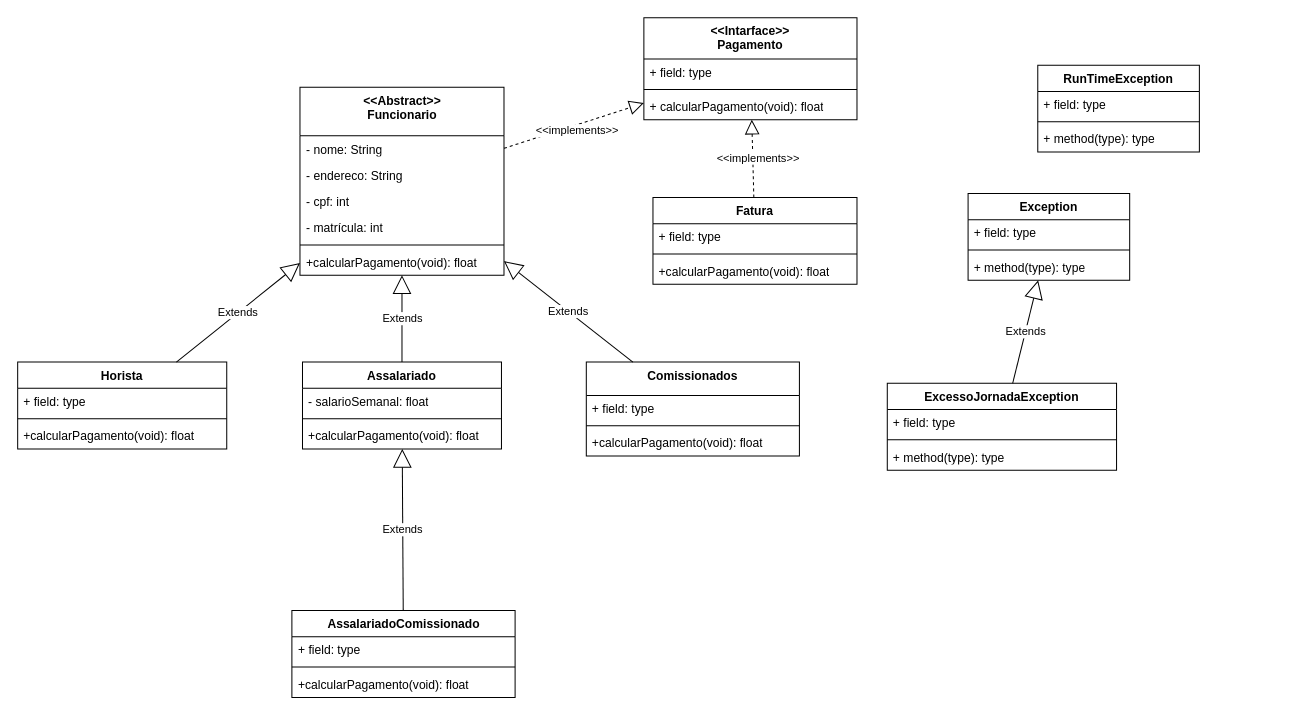
Before: 01 - Diagramas/Diagrama_classes_01.drawio in Rodx486/Trabalho_Refatoracao_Revisao, a draw.io diagram. Source tidied: cells renumbered, new cells numbered last; positions are measured from the earlier drawing's top-left corner, leaving out a move shared by most shapes. Both pictures are drawn from the tidied source at 101%, with x=0, y=0 at pixel (17, 17).
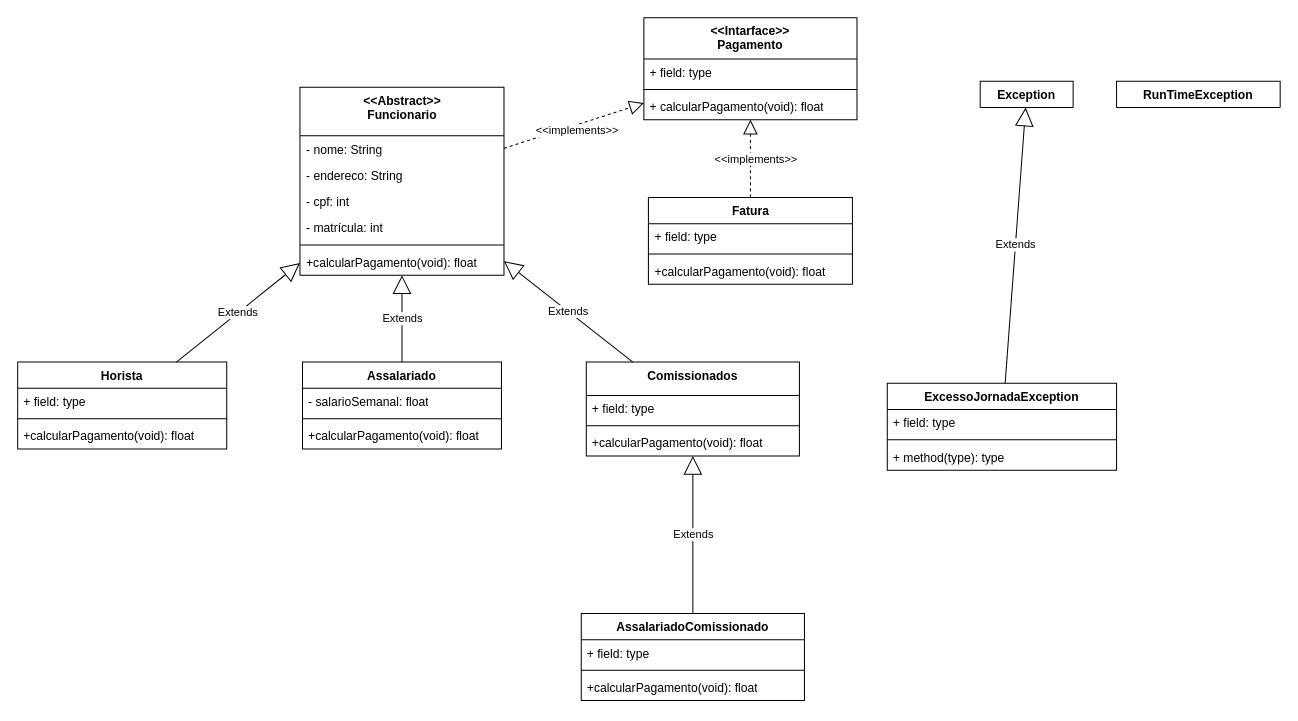
Above is the later version.

Commit message (it also covers changes not shown here):
/elaboracao_diagramas_e_criacao_classes

The change refers to these unchanged cells:
```xml
<mxCell id="14" value="Assalariado" style="swimlane;fontStyle=1;align=center;verticalAlign=top;horizontal=1;startSize=26;whiteSpace=wrap;html=1;" parent="1" vertex="1">
  <mxGeometry x="282" y="341" width="197" height="86" as="geometry" />
</mxCell>
<mxCell id="19" value="Comissionados" style="swimlane;fontStyle=1;align=center;verticalAlign=top;horizontal=1;startSize=33;whiteSpace=wrap;html=1;" parent="1" vertex="1">
  <mxGeometry x="563" y="341" width="211" height="93" as="geometry" />
</mxCell>
```

Diff of the diagram source:
```diff
@@
     <mxCell id="24" value="AssalariadoComissionado" style="swimlane;fontStyle=1;align=center;verticalAlign=top;horizontal=1;startSize=26;whiteSpace=wrap;html=1;" parent="1" vertex="1">
-      <mxGeometry x="271.5" y="587" width="221" height="86" as="geometry" />
+      <mxGeometry x="558" y="590" width="221" height="86" as="geometry" />
     </mxCell>
@@
-    <mxCell id="28" value="Extends" style="endArrow=block;endSize=16;endFill=0;html=1;" parent="1" edge="1" source="24" target="14">
+    <mxCell id="28" value="Extends" style="endArrow=block;endSize=16;endFill=0;html=1;" parent="1" edge="1" source="24" target="19">
       <mxGeometry relative="1" as="geometry" />
     </mxCell>
@@
     <mxCell id="35" value="Fatura" style="swimlane;fontStyle=1;align=center;verticalAlign=top;horizontal=1;startSize=26;whiteSpace=wrap;html=1;" parent="1" vertex="1">
-      <mxGeometry x="629" y="178" width="202" height="86" as="geometry" />
+      <mxGeometry x="624.5" y="178" width="202" height="86" as="geometry" />
     </mxCell>
@@
-    <mxCell id="41" value="Exception" style="swimlane;fontStyle=1;align=center;verticalAlign=top;horizontal=1;startSize=26;whiteSpace=wrap;html=1;" parent="1" vertex="1">
-      <mxGeometry x="941" y="174" width="160" height="86" as="geometry" />
+    <mxCell id="41" value="Exception" style="swimlane;fontStyle=1;align=center;verticalAlign=top;horizontal=1;startSize=26;whiteSpace=wrap;html=1;" parent="1" vertex="1" collapsed="1">
+      <mxGeometry x="953" y="63" width="92" height="26" as="geometry" />
     </mxCell>
-    <mxCell id="42" value="+ field: type" style="text;strokeColor=none;fillColor=none;align=left;verticalAlign=top;spacingLeft=4;spacingRight=4;overflow=hidden;whiteSpace=wrap;html=1;" parent="41" vertex="1">
-      <mxGeometry y="26" width="160" height="26" as="geometry" />
-    </mxCell>
-    <mxCell id="43" style="line;strokeWidth=1;fillColor=none;align=left;verticalAlign=middle;spacingTop=-1;spacingLeft=3;spacingRight=3;labelPosition=right;strokeColor=inherit;labelPerimeter=1;" parent="41" vertex="1">
-      <mxGeometry y="52" width="160" height="8" as="geometry" />
-    </mxCell>
-    <mxCell id="44" value="+ method(type): type" style="text;strokeColor=none;fillColor=none;align=left;verticalAlign=top;spacingLeft=4;spacingRight=4;overflow=hidden;whiteSpace=wrap;html=1;" parent="41" vertex="1">
-      <mxGeometry y="60" width="160" height="26" as="geometry" />
-    </mxCell>
-    <mxCell id="45" value="RunTimeException&lt;div&gt;&lt;br&gt;&lt;/div&gt;" style="swimlane;fontStyle=1;align=center;verticalAlign=top;horizontal=1;startSize=26;whiteSpace=wrap;html=1;" parent="1" vertex="1">
-      <mxGeometry x="1010" y="47" width="160" height="86" as="geometry" />
-    </mxCell>
-    <mxCell id="46" value="+ field: type" style="text;strokeColor=none;fillColor=none;align=left;verticalAlign=top;spacingLeft=4;spacingRight=4;overflow=hidden;whiteSpace=wrap;html=1;" parent="45" vertex="1">
-      <mxGeometry y="26" width="160" height="26" as="geometry" />
-    </mxCell>
-    <mxCell id="47" style="line;strokeWidth=1;fillColor=none;align=left;verticalAlign=middle;spacingTop=-1;spacingLeft=3;spacingRight=3;labelPosition=right;strokeColor=inherit;labelPerimeter=1;" parent="45" vertex="1">
-      <mxGeometry y="52" width="160" height="8" as="geometry" />
-    </mxCell>
-    <mxCell id="48" value="+ method(type): type" style="text;strokeColor=none;fillColor=none;align=left;verticalAlign=top;spacingLeft=4;spacingRight=4;overflow=hidden;whiteSpace=wrap;html=1;" parent="45" vertex="1">
-      <mxGeometry y="60" width="160" height="26" as="geometry" />
-    </mxCell>
@@
+    <mxCell id="45" value="RunTimeException&lt;div style=&quot;color: rgb(63, 63, 63); scrollbar-color: rgba(168, 169, 170, 0.52) rgb(18, 19, 20);&quot;&gt;&lt;br style=&quot;color: rgb(63, 63, 63); scrollbar-color: rgba(168, 169, 170, 0.52) rgb(18, 19, 20);&quot;&gt;&lt;/div&gt;" style="swimlane;fontStyle=1;align=center;verticalAlign=top;horizontal=1;startSize=26;whiteSpace=wrap;html=1;" parent="1" vertex="1" collapsed="1">
+      <mxGeometry x="1088" y="63" width="162" height="26" as="geometry" />
+    </mxCell>
```
